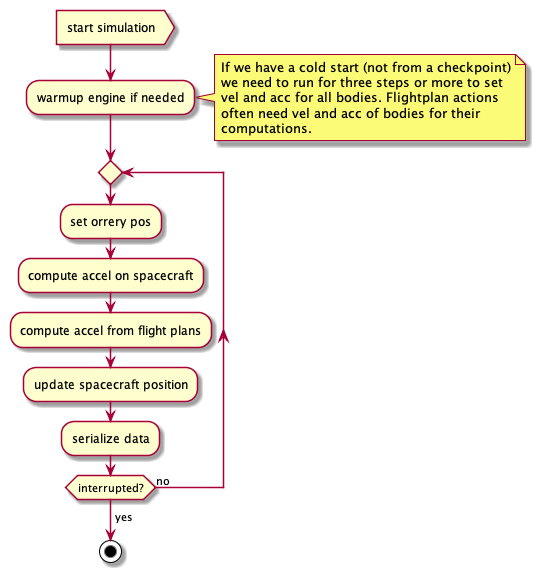
kghose/groho keeps this PlantUML diagram as docs/uml/png/simulatorloop.png. Above is the earlier version.
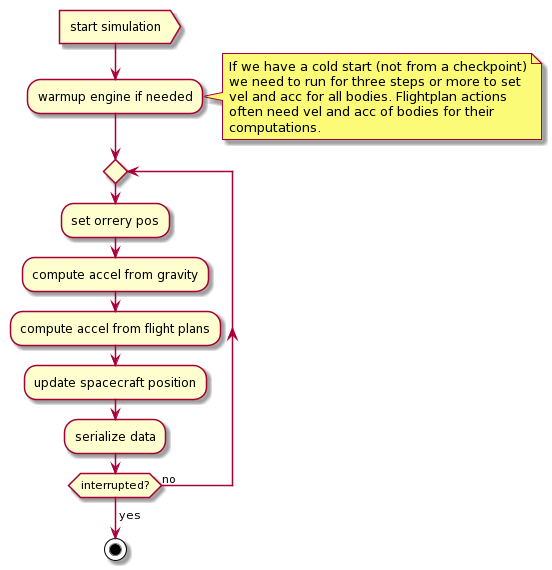
The same diagram one commit later.

Commit message:
Update docs 1. Remove obsolete UML files 2. Update Readmes

What changed in the source:
```diff
@@ -1,5 +1,4 @@
-@startuml simulatorloop
-
+@startuml
 :start simulation>
 :warmup engine if needed;
 note right
@@ -13,7 +12,7 @@
 repeat
 
 :set orrery pos;
-:compute accel on spacecraft;
+:compute accel from gravity;
 :compute accel from flight plans;
 :update spacecraft position;
 :serialize data;
@@ -21,5 +20,4 @@
 repeat while (interrupted?) is (no)
 ->yes;
 stop
-
 @enduml
```
